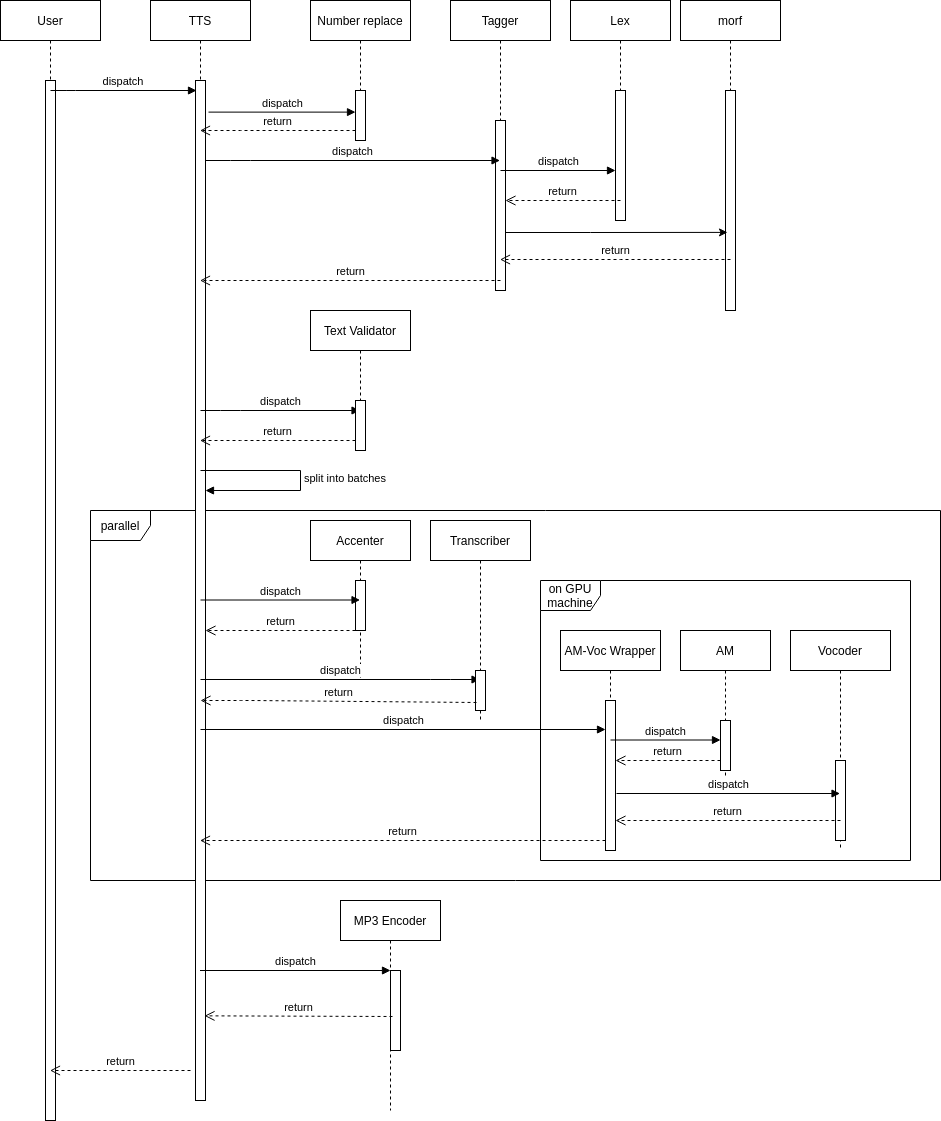
This is info/tts.png from airenas/tts-line, a draw.io export, as it was before one commit. Source tidied: cells renumbered, new cells last; positions are measured from the earlier drawing's top-left corner, leaving out a move shared by most shapes.
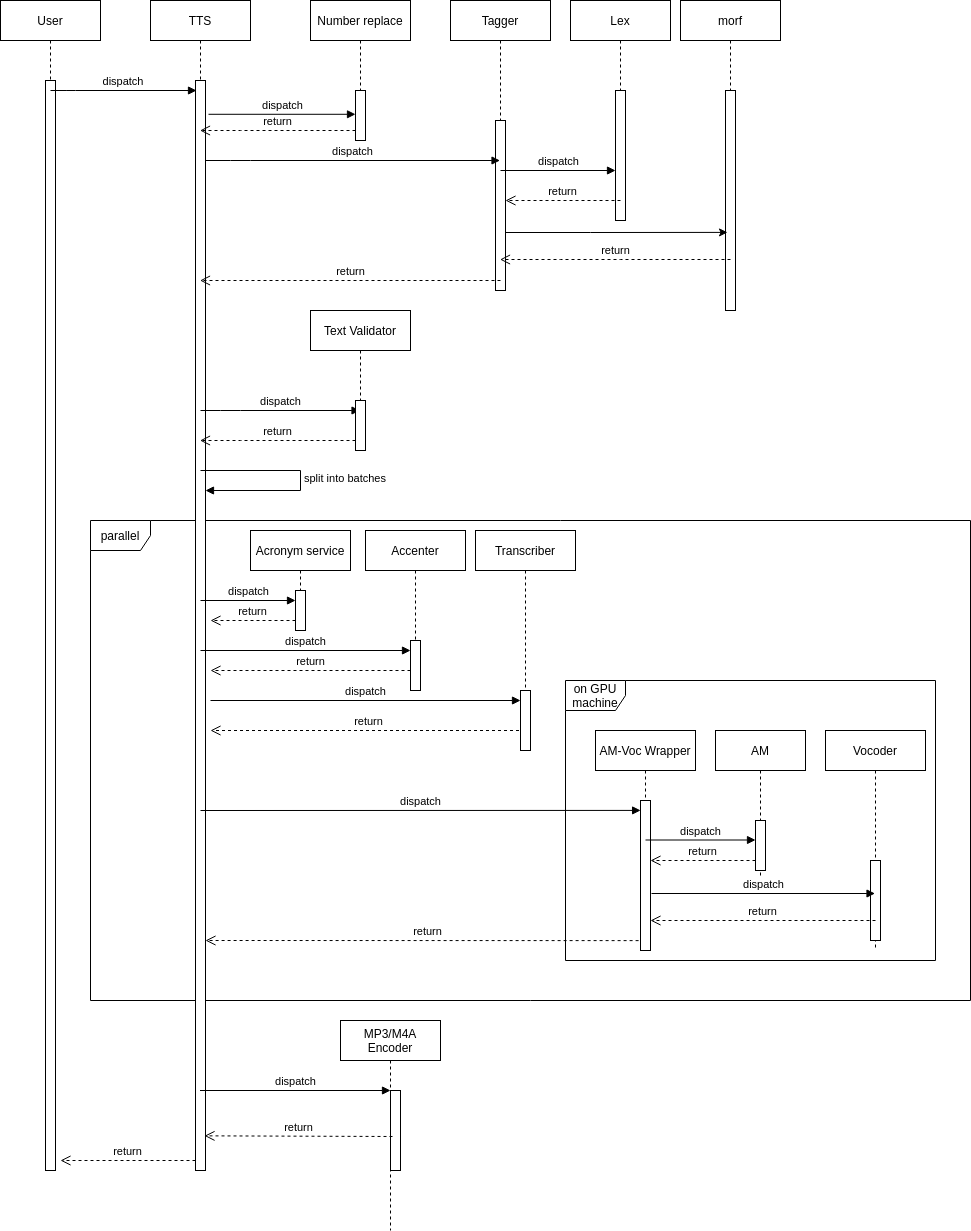
Above is the later version.

Commit message:
Add acronym service

What changed in the source:
```diff
@@ -3,7 +3,7 @@
     <mxCell id="0" />
     <mxCell id="1" parent="0" />
     <mxCell id="2" value="parallel" style="shape=umlFrame;whiteSpace=wrap;html=1;" parent="1" vertex="1">
-      <mxGeometry x="90" y="510" width="850" height="370" as="geometry" />
+      <mxGeometry x="90" y="520" width="880" height="480" as="geometry" />
     </mxCell>
     <mxCell id="3" value="Number replace" style="shape=umlLifeline;perimeter=lifelinePerimeter;rounded=0;shadow=0;strokeWidth=1;" parent="1" vertex="1">
       <mxGeometry x="310" width="100" height="140" as="geometry" />
@@ -12,16 +12,21 @@
       <mxGeometry x="45" y="90" width="10" height="50" as="geometry" />
     </mxCell>
     <mxCell id="5" value="User" style="shape=umlLifeline;perimeter=lifelinePerimeter;rounded=0;shadow=0;strokeWidth=1;" parent="1" vertex="1">
-      <mxGeometry width="100" height="1120" as="geometry" />
+      <mxGeometry width="100" height="1170" as="geometry" />
     </mxCell>
     <mxCell id="6" style="perimeter=orthogonalPerimeter;rounded=0;shadow=0;strokeWidth=1;" parent="5" vertex="1">
-      <mxGeometry x="45" y="80" width="10" height="1040" as="geometry" />
+      <mxGeometry x="45" y="80" width="10" height="1090" as="geometry" />
     </mxCell>
+    <mxCell id="55" value="return" style="html=1;verticalAlign=bottom;endArrow=open;dashed=1;endSize=8;" parent="5" edge="1" source="8">
+      <mxGeometry relative="1" as="geometry">
+        <mxPoint x="60" y="1160" as="targetPoint" />
+      </mxGeometry>
+    </mxCell>
     <mxCell id="7" value="TTS" style="shape=umlLifeline;perimeter=lifelinePerimeter;rounded=0;shadow=0;strokeWidth=1;" parent="1" vertex="1">
-      <mxGeometry x="150" width="100" height="1100" as="geometry" />
+      <mxGeometry x="150" width="100" height="1170" as="geometry" />
     </mxCell>
     <mxCell id="8" style="points=[];perimeter=orthogonalPerimeter;rounded=0;shadow=0;strokeWidth=1;" parent="7" vertex="1">
-      <mxGeometry x="45" y="80" width="10" height="1020" as="geometry" />
+      <mxGeometry x="45" y="80" width="10" height="1090" as="geometry" />
     </mxCell>
     <mxCell id="9" value="split into batches" style="edgeStyle=orthogonalEdgeStyle;html=1;align=left;spacingLeft=2;endArrow=block;rounded=0;entryX=1;entryY=0;" parent="7" edge="1">
       <mxGeometry relative="1" as="geometry">
@@ -33,6 +38,46 @@
         </Array>
       </mxGeometry>
     </mxCell>
+    <mxCell id="56" value="dispatch" style="html=1;verticalAlign=bottom;endArrow=block;" parent="7" edge="1" target="65">
+      <mxGeometry relative="1" as="geometry">
+        <mxPoint x="50" y="600" as="sourcePoint" />
+      </mxGeometry>
+    </mxCell>
+    <mxCell id="57" value="dispatch" style="html=1;verticalAlign=bottom;endArrow=block;" parent="7" edge="1" target="30">
+      <mxGeometry relative="1" as="geometry">
+        <mxPoint x="50" y="650" as="sourcePoint" />
+      </mxGeometry>
+    </mxCell>
+    <mxCell id="58" value="dispatch" style="html=1;verticalAlign=bottom;endArrow=block;" parent="7" edge="1" target="38">
+      <mxGeometry relative="1" as="geometry">
+        <mxPoint x="60" y="700" as="sourcePoint" />
+      </mxGeometry>
+    </mxCell>
+    <mxCell id="59" value="dispatch" style="html=1;verticalAlign=bottom;endArrow=block;entryX=0.203;entryY=0.464;entryDx=0;entryDy=0;entryPerimeter=0;" parent="7" edge="1" target="54">
+      <mxGeometry relative="1" as="geometry">
+        <mxPoint x="50" y="810" as="sourcePoint" />
+      </mxGeometry>
+    </mxCell>
+    <mxCell id="60" value="return" style="html=1;verticalAlign=bottom;endArrow=open;dashed=1;endSize=8;" parent="7" edge="1" source="65">
+      <mxGeometry relative="1" as="geometry">
+        <mxPoint x="60" y="620" as="targetPoint" />
+      </mxGeometry>
+    </mxCell>
+    <mxCell id="61" value="return" style="html=1;verticalAlign=bottom;endArrow=open;dashed=1;endSize=8;" parent="7" edge="1" source="30">
+      <mxGeometry relative="1" as="geometry">
+        <mxPoint x="60" y="670" as="targetPoint" />
+      </mxGeometry>
+    </mxCell>
+    <mxCell id="62" value="return" style="html=1;verticalAlign=bottom;endArrow=open;dashed=1;endSize=8;" parent="7" edge="1" source="31">
+      <mxGeometry relative="1" as="geometry">
+        <mxPoint x="60" y="730" as="targetPoint" />
+      </mxGeometry>
+    </mxCell>
+    <mxCell id="63" value="return" style="html=1;verticalAlign=bottom;endArrow=open;dashed=1;endSize=8;exitX=0.23;exitY=0.929;exitDx=0;exitDy=0;exitPerimeter=0;" parent="7" edge="1" source="54">
+      <mxGeometry relative="1" as="geometry">
+        <mxPoint x="55" y="940" as="targetPoint" />
+      </mxGeometry>
+    </mxCell>
     <mxCell id="10" value="dispatch" style="verticalAlign=bottom;endArrow=block;shadow=0;strokeWidth=1;" parent="1" edge="1">
       <mxGeometry relative="1" as="geometry">
         <mxPoint x="50" y="90" as="sourcePoint" />
@@ -132,110 +177,77 @@
       <mxGeometry x="355" y="400" width="10" height="50" as="geometry" />
     </mxCell>
     <mxCell id="29" value="Accenter" style="shape=umlLifeline;perimeter=lifelinePerimeter;whiteSpace=wrap;html=1;outlineConnect=0;" parent="1" vertex="1">
-      <mxGeometry x="310" y="520" width="100" height="160" as="geometry" />
+      <mxGeometry x="365" y="530" width="100" height="160" as="geometry" />
     </mxCell>
     <mxCell id="30" style="html=1;points=[];perimeter=orthogonalPerimeter;" parent="29" vertex="1">
-      <mxGeometry x="45" y="60" width="10" height="50" as="geometry" />
+      <mxGeometry x="45" y="110" width="10" height="50" as="geometry" />
     </mxCell>
     <mxCell id="31" value="Transcriber" style="shape=umlLifeline;perimeter=lifelinePerimeter;whiteSpace=wrap;html=1;outlineConnect=0;" parent="1" vertex="1">
-      <mxGeometry x="430" y="520" width="100" height="200" as="geometry" />
+      <mxGeometry x="475" y="530" width="100" height="220" as="geometry" />
     </mxCell>
+    <mxCell id="38" style="html=1;points=[];perimeter=orthogonalPerimeter;" parent="31" vertex="1">
+      <mxGeometry x="45" y="160" width="10" height="60" as="geometry" />
+    </mxCell>
     <mxCell id="32" value="AM" style="shape=umlLifeline;perimeter=lifelinePerimeter;whiteSpace=wrap;html=1;" parent="1" vertex="1">
-      <mxGeometry x="680" y="630" width="90" height="150" as="geometry" />
+      <mxGeometry x="715" y="730" width="90" height="150" as="geometry" />
     </mxCell>
     <mxCell id="33" style="html=1;points=[];perimeter=orthogonalPerimeter;" parent="32" vertex="1">
       <mxGeometry x="40" y="90" width="10" height="50" as="geometry" />
     </mxCell>
     <mxCell id="34" value="Vocoder" style="shape=umlLifeline;perimeter=lifelinePerimeter;whiteSpace=wrap;html=1;outlineConnect=0;" parent="1" vertex="1">
-      <mxGeometry x="790" y="630" width="100" height="220" as="geometry" />
+      <mxGeometry x="825" y="730" width="100" height="220" as="geometry" />
     </mxCell>
     <mxCell id="35" style="html=1;perimeter=orthogonalPerimeter;" parent="34" vertex="1">
       <mxGeometry x="45" y="130" width="10" height="80" as="geometry" />
     </mxCell>
-    <mxCell id="36" value="dispatch" style="html=1;verticalAlign=bottom;endArrow=block;" parent="1" edge="1" target="31">
-      <mxGeometry relative="1" as="geometry">
-        <mxPoint x="200" y="679" as="sourcePoint" />
-        <Array as="points">
-          <mxPoint x="440" y="679" />
-        </Array>
-      </mxGeometry>
-    </mxCell>
-    <mxCell id="37" value="dispatch" style="html=1;verticalAlign=bottom;endArrow=block;" parent="1" edge="1" target="29">
-      <mxGeometry relative="1" as="geometry">
-        <mxPoint x="200" y="599.5" as="sourcePoint" />
-      </mxGeometry>
-    </mxCell>
-    <mxCell id="38" style="html=1;points=[];perimeter=orthogonalPerimeter;" parent="1" vertex="1">
-      <mxGeometry x="475" y="670" width="10" height="40" as="geometry" />
-    </mxCell>
-    <mxCell id="39" value="return" style="html=1;verticalAlign=bottom;endArrow=open;dashed=1;endSize=8;" parent="1" edge="1" target="8">
-      <mxGeometry relative="1" as="geometry">
-        <mxPoint x="355" y="630" as="sourcePoint" />
-      </mxGeometry>
-    </mxCell>
-    <mxCell id="40" value="return" style="html=1;verticalAlign=bottom;endArrow=open;dashed=1;endSize=8;exitX=0.1;exitY=0.8;exitDx=0;exitDy=0;exitPerimeter=0;" parent="1" edge="1" source="38">
-      <mxGeometry relative="1" as="geometry">
-        <mxPoint x="200" y="700" as="targetPoint" />
-        <Array as="points">
-          <mxPoint x="250" y="700" />
-        </Array>
-      </mxGeometry>
-    </mxCell>
-    <mxCell id="41" value="dispatch" style="html=1;verticalAlign=bottom;endArrow=block;" parent="1" edge="1" target="50">
-      <mxGeometry relative="1" as="geometry">
-        <mxPoint x="200" y="729" as="sourcePoint" />
-      </mxGeometry>
-    </mxCell>
     <mxCell id="42" value="dispatch" style="html=1;verticalAlign=bottom;endArrow=block;exitX=1.1;exitY=0.62;exitDx=0;exitDy=0;exitPerimeter=0;" parent="1" edge="1" source="50" target="34">
       <mxGeometry relative="1" as="geometry" />
     </mxCell>
-    <mxCell id="43" value="return" style="html=1;verticalAlign=bottom;endArrow=open;dashed=1;endSize=8;" parent="1" edge="1" source="50" target="7">
-      <mxGeometry relative="1" as="geometry">
-        <Array as="points">
-          <mxPoint x="480" y="840" />
-        </Array>
-      </mxGeometry>
-    </mxCell>
-    <mxCell id="44" value="MP3 Encoder" style="shape=umlLifeline;perimeter=lifelinePerimeter;whiteSpace=wrap;html=1;" parent="1" vertex="1">
-      <mxGeometry x="340" y="900" width="100" height="210" as="geometry" />
+    <mxCell id="44" value="MP3/M4A Encoder" style="shape=umlLifeline;perimeter=lifelinePerimeter;whiteSpace=wrap;html=1;" parent="1" vertex="1">
+      <mxGeometry x="340" y="1020" width="100" height="210" as="geometry" />
     </mxCell>
     <mxCell id="45" style="html=1;points=[];perimeter=orthogonalPerimeter;" parent="44" vertex="1">
       <mxGeometry x="50" y="70" width="10" height="80" as="geometry" />
     </mxCell>
-    <mxCell id="46" value="dispatch" style="html=1;verticalAlign=bottom;endArrow=block;entryX=0;entryY=0;" parent="1" edge="1" source="7" target="45">
-      <mxGeometry relative="1" as="geometry" />
+    <mxCell id="46" value="dispatch" style="html=1;verticalAlign=bottom;endArrow=block;entryX=0;entryY=0;" parent="1" edge="1" target="45">
+      <mxGeometry relative="1" as="geometry">
+        <mxPoint x="199.5" y="1090" as="sourcePoint" />
+      </mxGeometry>
     </mxCell>
-    <mxCell id="47" value="return" style="html=1;verticalAlign=bottom;endArrow=open;dashed=1;endSize=8;exitX=0.2;exitY=0.575;exitDx=0;exitDy=0;exitPerimeter=0;entryX=0.9;entryY=0.917;entryDx=0;entryDy=0;entryPerimeter=0;" parent="1" edge="1" source="45" target="8">
-      <mxGeometry relative="1" as="geometry" />
+    <mxCell id="47" value="return" style="html=1;verticalAlign=bottom;endArrow=open;dashed=1;endSize=8;exitX=0.2;exitY=0.575;exitDx=0;exitDy=0;exitPerimeter=0;entryX=0.9;entryY=0.917;entryDx=0;entryDy=0;entryPerimeter=0;" parent="1" edge="1" source="45">
+      <mxGeometry relative="1" as="geometry">
+        <mxPoint x="204" y="1135.3" as="targetPoint" />
+      </mxGeometry>
     </mxCell>
-    <mxCell id="48" value="return" style="html=1;verticalAlign=bottom;endArrow=open;dashed=1;endSize=8;" parent="1" edge="1" target="5">
-      <mxGeometry relative="1" as="geometry">
-        <mxPoint x="190" y="1070" as="sourcePoint" />
-      </mxGeometry>
-    </mxCell>
     <mxCell id="49" value="AM-Voc Wrapper" style="shape=umlLifeline;perimeter=lifelinePerimeter;whiteSpace=wrap;html=1;" parent="1" vertex="1">
-      <mxGeometry x="560" y="630" width="100" height="220" as="geometry" />
+      <mxGeometry x="595" y="730" width="100" height="220" as="geometry" />
     </mxCell>
     <mxCell id="50" style="html=1;points=[];perimeter=orthogonalPerimeter;" parent="49" vertex="1">
       <mxGeometry x="45" y="70" width="10" height="150" as="geometry" />
     </mxCell>
     <mxCell id="51" value="dispatch" style="html=1;verticalAlign=bottom;endArrow=block;" parent="1" edge="1" target="33">
       <mxGeometry relative="1" as="geometry">
-        <mxPoint x="610" y="739.5" as="sourcePoint" />
+        <mxPoint x="645" y="839.5" as="sourcePoint" />
       </mxGeometry>
     </mxCell>
     <mxCell id="52" value="return" style="html=1;verticalAlign=bottom;endArrow=open;dashed=1;endSize=8;" parent="1" edge="1" target="50">
       <mxGeometry relative="1" as="geometry">
-        <mxPoint x="720" y="760" as="sourcePoint" />
+        <mxPoint x="755" y="860" as="sourcePoint" />
       </mxGeometry>
     </mxCell>
     <mxCell id="53" value="return" style="html=1;verticalAlign=bottom;endArrow=open;dashed=1;endSize=8;" parent="1" edge="1" target="50">
       <mxGeometry relative="1" as="geometry">
-        <mxPoint x="840" y="820" as="sourcePoint" />
+        <mxPoint x="875" y="920" as="sourcePoint" />
       </mxGeometry>
     </mxCell>
     <mxCell id="54" value="on GPU machine" style="shape=umlFrame;whiteSpace=wrap;html=1;" parent="1" vertex="1">
-      <mxGeometry x="540" y="580" width="370" height="280" as="geometry" />
+      <mxGeometry x="565" y="680" width="370" height="280" as="geometry" />
     </mxCell>
+    <mxCell id="64" value="Acronym service" style="shape=umlLifeline;perimeter=lifelinePerimeter;whiteSpace=wrap;html=1;" parent="1" vertex="1">
+      <mxGeometry x="250" y="530" width="100" height="100" as="geometry" />
+    </mxCell>
+    <mxCell id="65" style="html=1;points=[];perimeter=orthogonalPerimeter;" parent="64" vertex="1">
+      <mxGeometry x="45" y="60" width="10" height="40" as="geometry" />
+    </mxCell>
   </root>
 </mxGraphModel>
```
